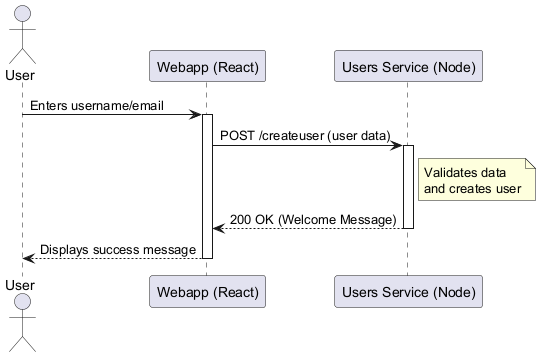
Above: images/Registration_Sequence.png in Arquisoft/yovi_es1b (PlantUML), before the change.
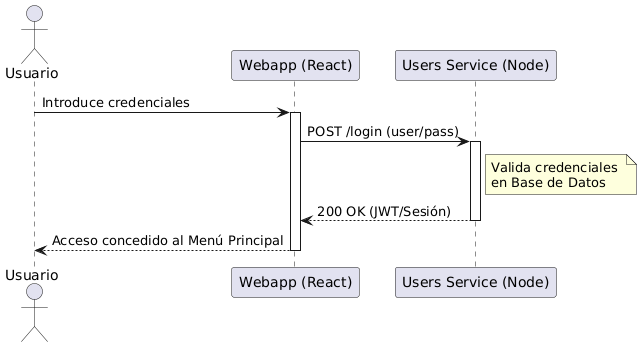
The same file after the commit.

What changed in the source:
```diff
@@ -1,15 +1,15 @@
 @startuml
-actor User
+actor Usuario
 participant "Webapp (React)" as Webapp
 participant "Users Service (Node)" as Users
 
-User -> Webapp: Enters username/email
+Usuario -> Webapp: Introduce credenciales
 activate Webapp
-Webapp -> Users: POST /createuser (user data)
+Webapp -> Users: POST /login (user/pass)
 activate Users
-note right of Users: Validates data \nand creates user
-Users --> Webapp: 200 OK (Welcome Message)
+note right of Users: Valida credenciales \nen Base de Datos
+Users --> Webapp: 200 OK (JWT/Sesión)
 deactivate Users
-Webapp --> User: Displays success message
+Webapp --> Usuario: Acceso concedido al Menú Principal
 deactivate Webapp
 @enduml
```
